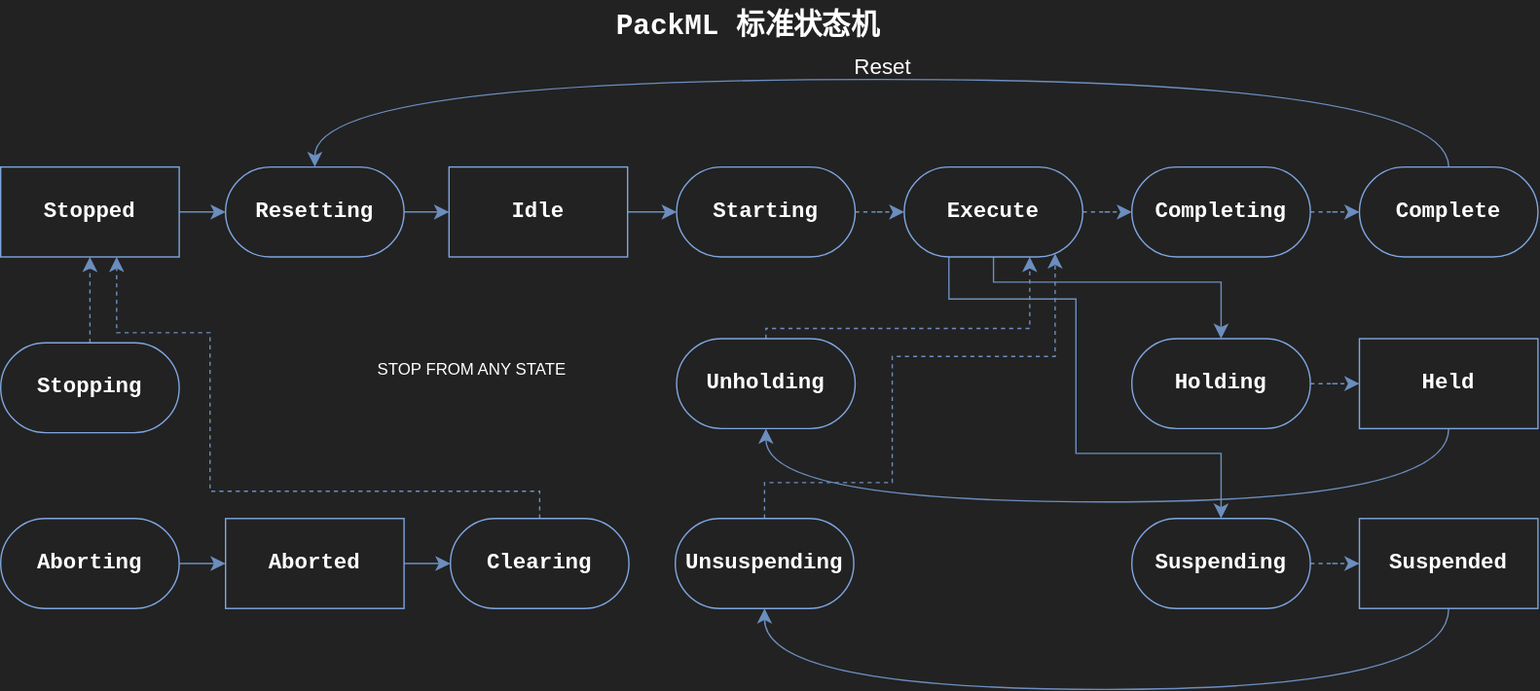
This is drawio/PackMLState.svg from Stolorzs/Picgo, a draw.io export, as it was before one commit. Source tidied: cells renumbered, new cells last; positions are measured from the earlier drawing's top-left corner, leaving out a move shared by most shapes.
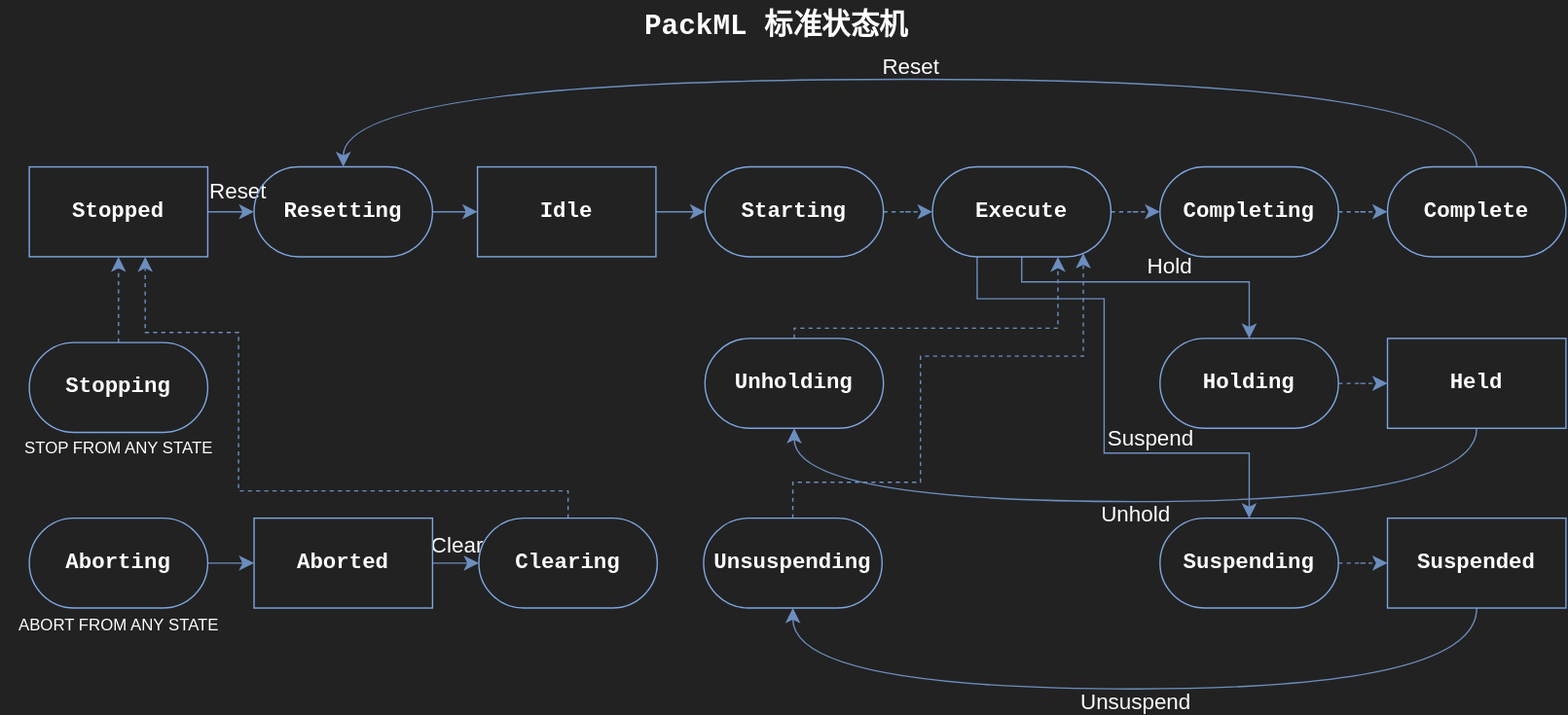
The same diagram one commit later.

Change to the diagram source:
```diff
@@ -5,6 +5,11 @@
     <mxCell id="2" style="edgeStyle=orthogonalEdgeStyle;shape=connector;rounded=0;jettySize=auto;html=1;strokeColor=#6c8ebf;align=center;verticalAlign=middle;fontFamily=Helvetica;fontSize=12;fontColor=default;labelBackgroundColor=default;startSize=8;endArrow=classic;endSize=8;fillColor=#dae8fc;" parent="1" edge="1" source="3" target="5">
       <mxGeometry relative="1" as="geometry" />
     </mxCell>
+    <mxCell id="42" value="Reset" style="edgeLabel;html=1;align=center;verticalAlign=middle;inheritText=textOpacity,labelBorderColor,labelBorderWidth,defaultLabelBackgroundColor,labelPadding;fontSize=16;fontFamily=Helvetica;fontColor=#FFFFFF;fontStyle=0;labelBackgroundColor=none;" parent="2" vertex="1">
+      <mxGeometry x="0.2" y="1" relative="1" as="geometry">
+        <mxPoint x="5" y="-15" as="offset" />
+      </mxGeometry>
+    </mxCell>
     <mxCell id="3" value="&lt;font color=&quot;#ffffff&quot;&gt;&lt;span style=&quot;font-size: 16px;&quot;&gt;Stopped&lt;/span&gt;&lt;/font&gt;" style="rounded=0;whiteSpace=wrap;html=1;strokeColor=#7EA6E0;align=center;verticalAlign=middle;fontFamily=Courier New;fontSize=12;fontColor=default;fontStyle=1;labelBackgroundColor=none;fillColor=none;" parent="1" vertex="1">
       <mxGeometry y="122" width="131" height="66" as="geometry" />
     </mxCell>
@@ -37,6 +42,11 @@
         </Array>
       </mxGeometry>
     </mxCell>
+    <mxCell id="43" value="Hold" style="edgeLabel;html=1;align=center;verticalAlign=middle;inheritText=textOpacity,labelBorderColor,labelBorderWidth,defaultLabelBackgroundColor,labelPadding;fontSize=16;fontFamily=Helvetica;fontColor=#FFFFFF;fontStyle=0;labelBackgroundColor=none;" parent="11" vertex="1">
+      <mxGeometry x="0.24" y="-1" relative="1" as="geometry">
+        <mxPoint x="-15" y="-13" as="offset" />
+      </mxGeometry>
+    </mxCell>
     <mxCell id="12" style="edgeStyle=orthogonalEdgeStyle;shape=connector;rounded=0;jettySize=auto;html=1;strokeColor=#6c8ebf;align=center;verticalAlign=middle;fontFamily=Helvetica;fontSize=12;fontColor=default;labelBackgroundColor=default;startSize=8;endArrow=classic;endSize=8;fillColor=#dae8fc;exitX=0.25;exitY=1;exitDx=0;exitDy=0;" parent="1" edge="1" source="13" target="36">
       <mxGeometry x="0.25" relative="1" as="geometry">
         <Array as="points">
@@ -47,6 +57,11 @@
         </Array>
       </mxGeometry>
     </mxCell>
+    <mxCell id="44" value="Suspend" style="edgeLabel;html=1;align=center;verticalAlign=middle;inheritText=textOpacity,labelBorderColor,labelBorderWidth,defaultLabelBackgroundColor,labelPadding;fontSize=16;fontFamily=Helvetica;fontColor=#FFFFFF;fontStyle=0;labelBackgroundColor=none;" parent="12" vertex="1">
+      <mxGeometry x="0.34" y="1" relative="1" as="geometry">
+        <mxPoint x="8" y="-11" as="offset" />
+      </mxGeometry>
+    </mxCell>
     <mxCell id="13" value="&lt;div&gt;&lt;font color=&quot;#ffffff&quot;&gt;&lt;span style=&quot;font-size: 16px;&quot;&gt;Execute&lt;/span&gt;&lt;/font&gt;&lt;/div&gt;" style="rounded=1;whiteSpace=wrap;html=1;strokeColor=#7EA6E0;align=center;verticalAlign=middle;fontFamily=Courier New;fontSize=12;fontColor=default;fontStyle=1;labelBackgroundColor=none;fillColor=none;roundedPerimeter=1;arcSize=50;" parent="1" vertex="1">
       <mxGeometry x="663" y="122" width="131" height="66" as="geometry" />
     </mxCell>
@@ -87,6 +102,11 @@
     <mxCell id="23" style="edgeStyle=orthogonalEdgeStyle;shape=connector;rounded=0;jettySize=auto;html=1;strokeColor=#6c8ebf;align=center;verticalAlign=middle;fontFamily=Helvetica;fontSize=12;fontColor=default;labelBackgroundColor=default;startSize=8;endArrow=classic;endSize=8;fillColor=#dae8fc;" parent="1" edge="1" source="24" target="26">
       <mxGeometry relative="1" as="geometry" />
     </mxCell>
+    <mxCell id="45" value="Clear" style="edgeLabel;html=1;align=center;verticalAlign=middle;inheritText=textOpacity,labelBorderColor,labelBorderWidth,defaultLabelBackgroundColor,labelPadding;fontSize=16;fontFamily=Helvetica;fontColor=#FFFFFF;fontStyle=0;labelBackgroundColor=none;" parent="23" vertex="1">
+      <mxGeometry x="0.09" y="-2" relative="1" as="geometry">
+        <mxPoint x="2" y="-12" as="offset" />
+      </mxGeometry>
+    </mxCell>
     <mxCell id="24" value="&lt;font color=&quot;#ffffff&quot;&gt;&lt;span style=&quot;font-size: 16px;&quot;&gt;Aborted&lt;/span&gt;&lt;/font&gt;" style="rounded=0;whiteSpace=wrap;html=1;strokeColor=#7EA6E0;align=center;verticalAlign=middle;fontFamily=Courier New;fontSize=12;fontColor=default;fontStyle=1;labelBackgroundColor=none;fillColor=none;" parent="1" vertex="1">
       <mxGeometry x="165" y="380" width="131" height="66" as="geometry" />
     </mxCell>
@@ -141,6 +161,11 @@
         </Array>
       </mxGeometry>
     </mxCell>
+    <mxCell id="46" value="Unhold" style="edgeLabel;html=1;align=center;verticalAlign=middle;inheritText=textOpacity,labelBorderColor,labelBorderWidth,defaultLabelBackgroundColor,labelPadding;fontSize=16;fontFamily=Helvetica;fontColor=#FFFFFF;fontStyle=0;labelBackgroundColor=none;" parent="33" vertex="1">
+      <mxGeometry x="0.03" y="2" relative="1" as="geometry">
+        <mxPoint x="8" y="7" as="offset" />
+      </mxGeometry>
+    </mxCell>
     <mxCell id="34" value="&lt;div&gt;&lt;font color=&quot;#ffffff&quot;&gt;&lt;span style=&quot;font-size: 16px;&quot;&gt;Held&lt;/span&gt;&lt;/font&gt;&lt;/div&gt;" style="rounded=1;whiteSpace=wrap;html=1;strokeColor=#7EA6E0;align=center;verticalAlign=middle;fontFamily=Courier New;fontSize=12;fontColor=default;fontStyle=1;labelBackgroundColor=none;fillColor=none;roundedPerimeter=1;arcSize=0;" parent="1" vertex="1">
       <mxGeometry x="997" y="248" width="131" height="66" as="geometry" />
     </mxCell>
@@ -163,6 +188,11 @@
         <mxPoint x="-22" y="-1" as="offset" />
       </mxGeometry>
     </mxCell>
+    <mxCell id="47" value="Unsuspend" style="edgeLabel;html=1;align=center;verticalAlign=middle;inheritText=textOpacity,labelBorderColor,labelBorderWidth,defaultLabelBackgroundColor,labelPadding;fontSize=16;fontColor=#FFFFFF;labelBorderColor=none;fontFamily=Helvetica;fontStyle=0;labelBackgroundColor=none;" parent="37" vertex="1">
+      <mxGeometry x="0.03" y="-3" relative="1" as="geometry">
+        <mxPoint x="8" y="12" as="offset" />
+      </mxGeometry>
+    </mxCell>
     <mxCell id="39" value="&lt;div&gt;&lt;font color=&quot;#ffffff&quot;&gt;&lt;span style=&quot;font-size: 16px;&quot;&gt;Suspended&lt;/span&gt;&lt;/font&gt;&lt;/div&gt;" style="rounded=1;whiteSpace=wrap;html=1;strokeColor=#7EA6E0;align=center;verticalAlign=middle;fontFamily=Courier New;fontSize=12;fontColor=default;fontStyle=1;labelBackgroundColor=none;fillColor=none;roundedPerimeter=1;arcSize=0;" parent="1" vertex="1">
       <mxGeometry x="997" y="380" width="131" height="66" as="geometry" />
     </mxCell>
@@ -170,7 +200,10 @@
       <mxGeometry x="442" width="211" height="37" as="geometry" />
     </mxCell>
     <mxCell id="41" value="STOP FROM ANY STATE" style="text;html=1;whiteSpace=wrap;strokeColor=none;fillColor=none;align=center;verticalAlign=middle;rounded=0;fontColor=#FFFFFF;" parent="1" vertex="1">
-      <mxGeometry x="272" y="256" width="148" height="30" as="geometry" />
+      <mxGeometry x="-8.5" y="314" width="148" height="30" as="geometry" />
     </mxCell>
+    <mxCell id="48" value="ABORT FROM ANY STATE" style="text;html=1;whiteSpace=wrap;strokeColor=none;fillColor=none;align=center;verticalAlign=middle;rounded=0;fontColor=#FFFFFF;" parent="1" vertex="1">
+      <mxGeometry x="-21.2" y="444" width="173.5" height="30" as="geometry" />
+    </mxCell>
   </root>
 </mxGraphModel>
```
